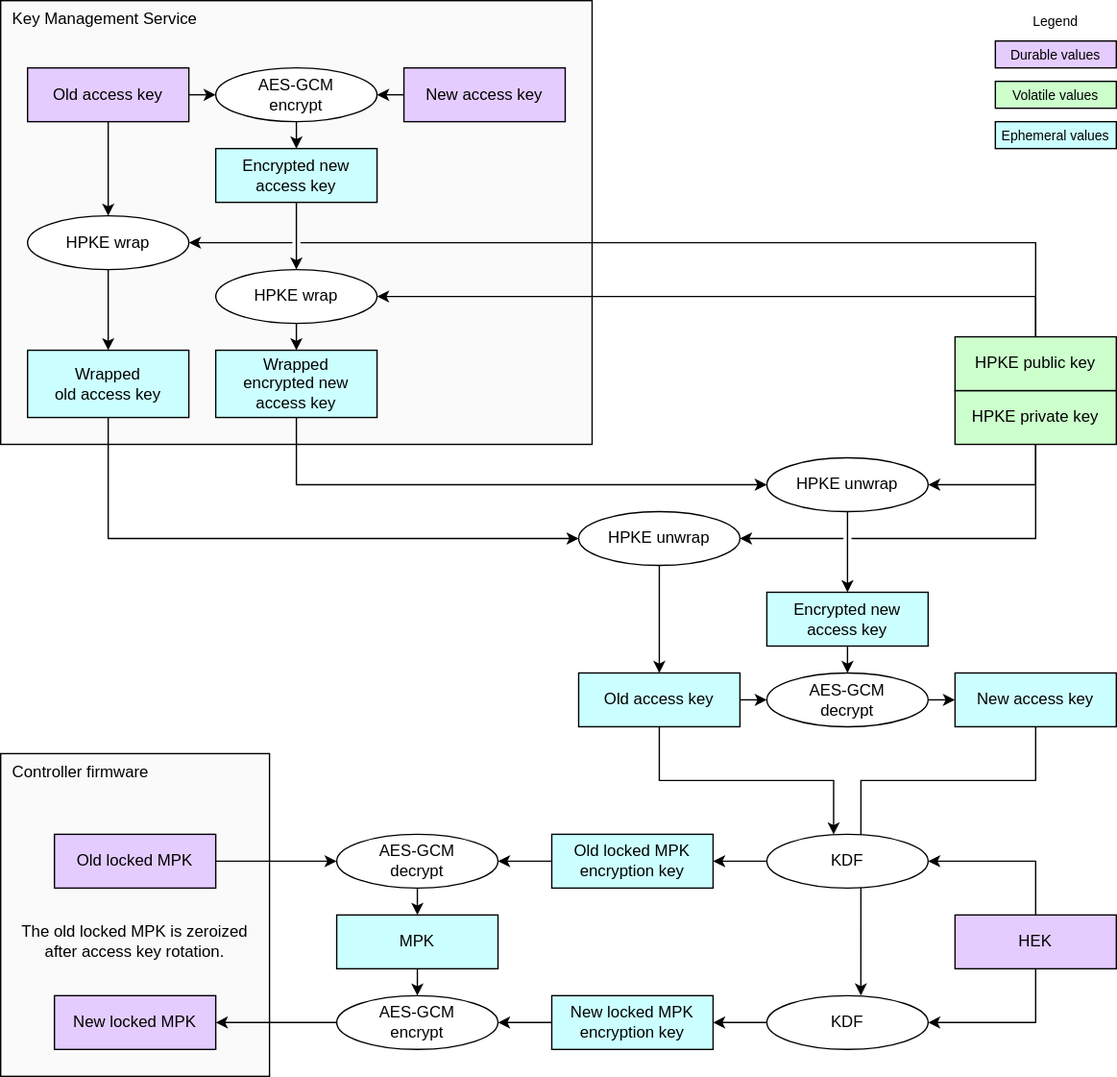
Earlier version of the draw.io export doc/ocp_lock/diagrams/mpk_access_key_rotation.drawio.svg (chipsalliance/Caliptra). Source tidied: cells renumbered, new cells last; positions are measured from the earlier drawing's top-left corner, leaving out a move shared by most shapes.
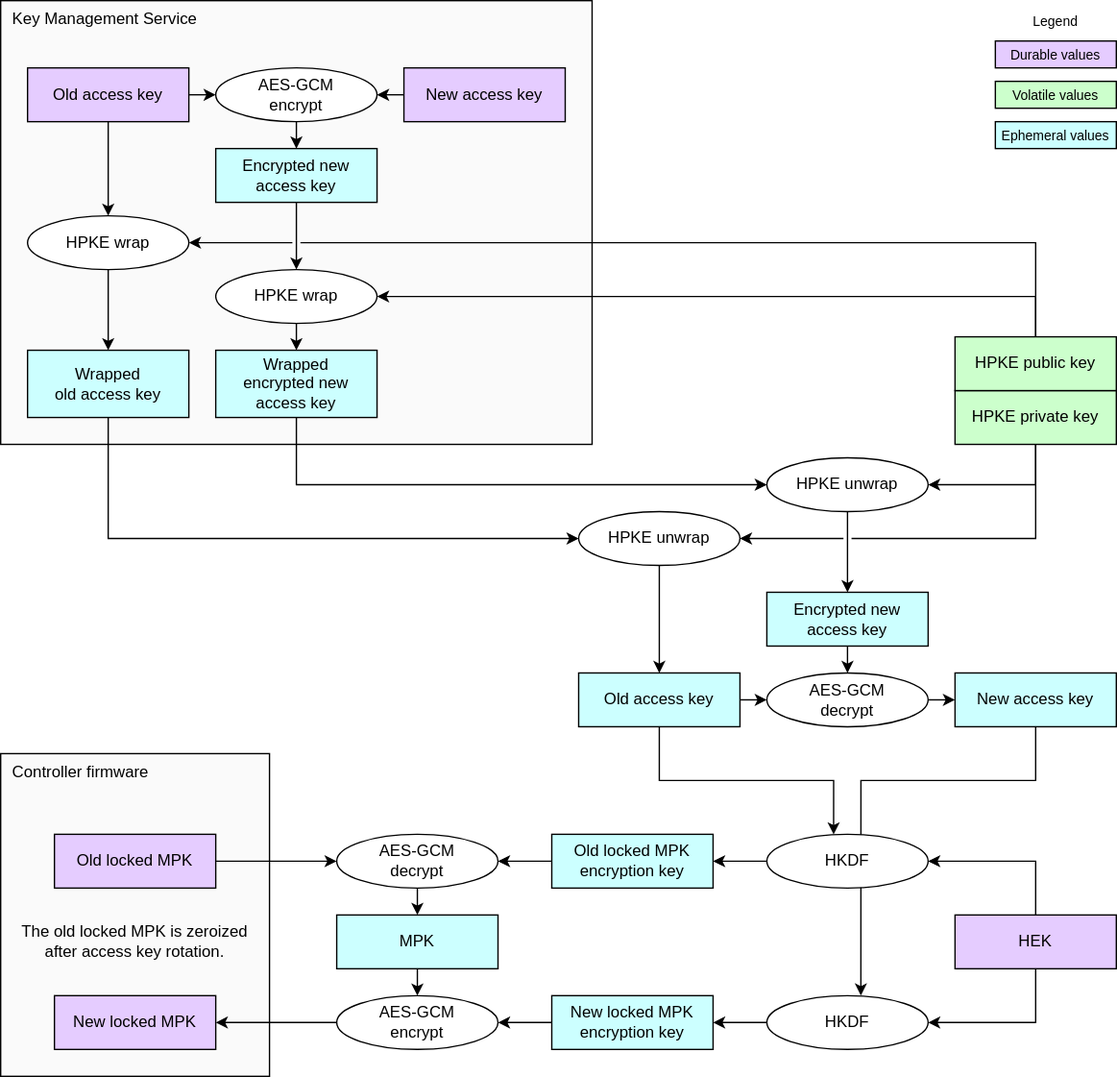
After the change.

The edit, as a diff of the source:
```diff
@@ -98,7 +98,7 @@
     <mxCell id="29" style="edgeStyle=none;html=1;" parent="1" edge="1" source="30" target="22">
       <mxGeometry relative="1" as="geometry" />
     </mxCell>
-    <mxCell id="30" value="KDF" style="ellipse;whiteSpace=wrap;html=1;fillColor=#FFFFFF;" parent="1" vertex="1">
+    <mxCell id="30" value="HKDF" style="ellipse;whiteSpace=wrap;html=1;fillColor=#FFFFFF;" parent="1" vertex="1">
       <mxGeometry x="570" y="740" width="120" height="40" as="geometry" />
     </mxCell>
     <mxCell id="31" value="HPKE wrap" style="ellipse;whiteSpace=wrap;html=1;fillColor=#FFFFFF;" parent="1" vertex="1">
@@ -195,7 +195,7 @@
         </Array>
       </mxGeometry>
     </mxCell>
-    <mxCell id="55" value="KDF" style="ellipse;whiteSpace=wrap;html=1;fillColor=#FFFFFF;" parent="1" vertex="1">
+    <mxCell id="55" value="HKDF" style="ellipse;whiteSpace=wrap;html=1;fillColor=#FFFFFF;" parent="1" vertex="1">
       <mxGeometry x="570" y="620" width="120" height="40" as="geometry" />
     </mxCell>
     <mxCell id="56" value="&lt;div&gt;&lt;font color=&quot;#000000&quot;&gt;Encrypted new access key&lt;/font&gt;&lt;/div&gt;" style="rounded=0;whiteSpace=wrap;html=1;align=center;verticalAlign=middle;shadow=0;glass=0;spacingLeft=0;spacingBottom=0;spacingTop=0;fillColor=#CCFFFF;" parent="1" vertex="1">
```
